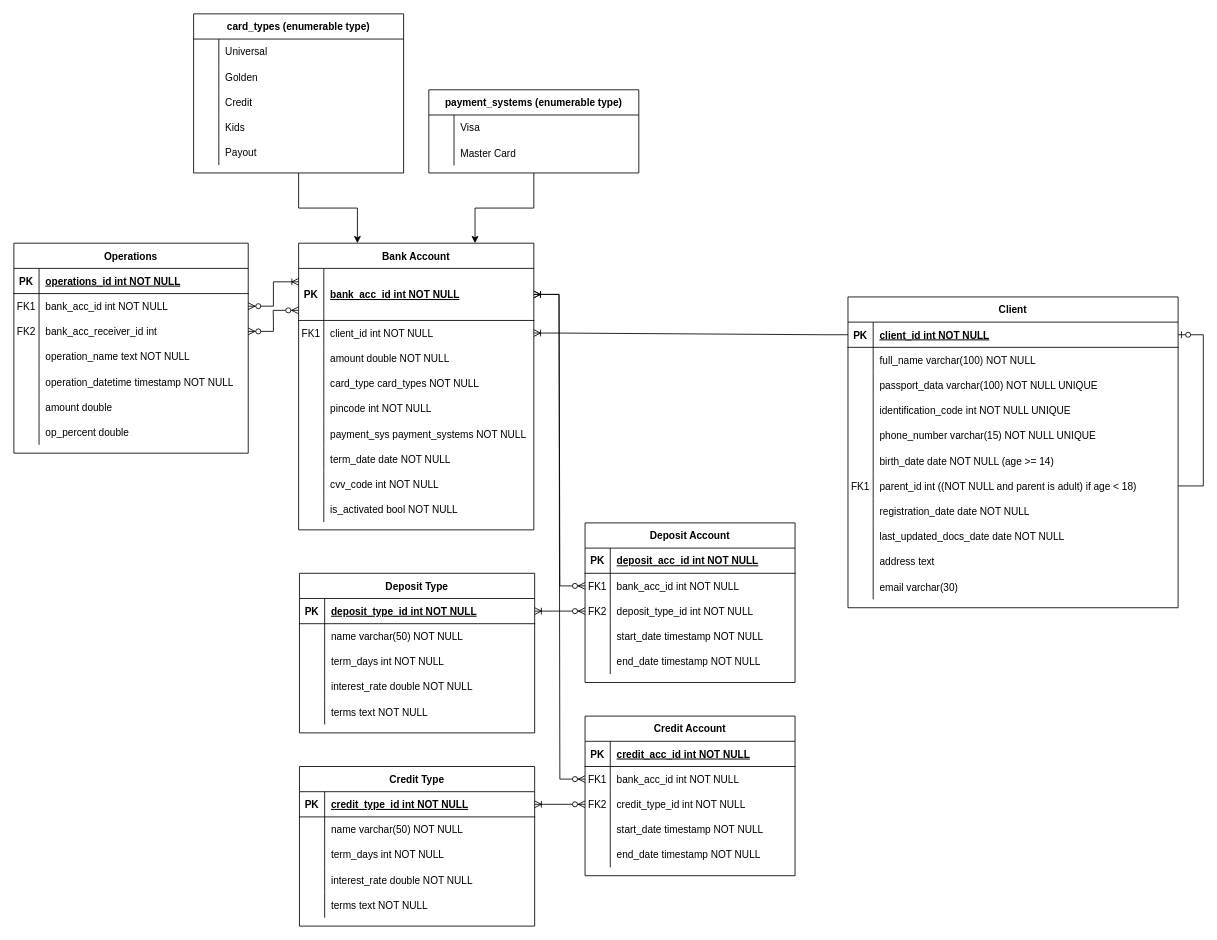
Earlier version of the draw.io diagram MyDB (6).drawio (kallDun/DrawIO). Source tidied: cells renumbered, new cells numbered last; positions are measured from the earlier drawing's top-left corner, leaving out a move shared by most shapes. Both pictures are drawn from the tidied source at 84%, with x=0, y=0 at pixel (13, 13).
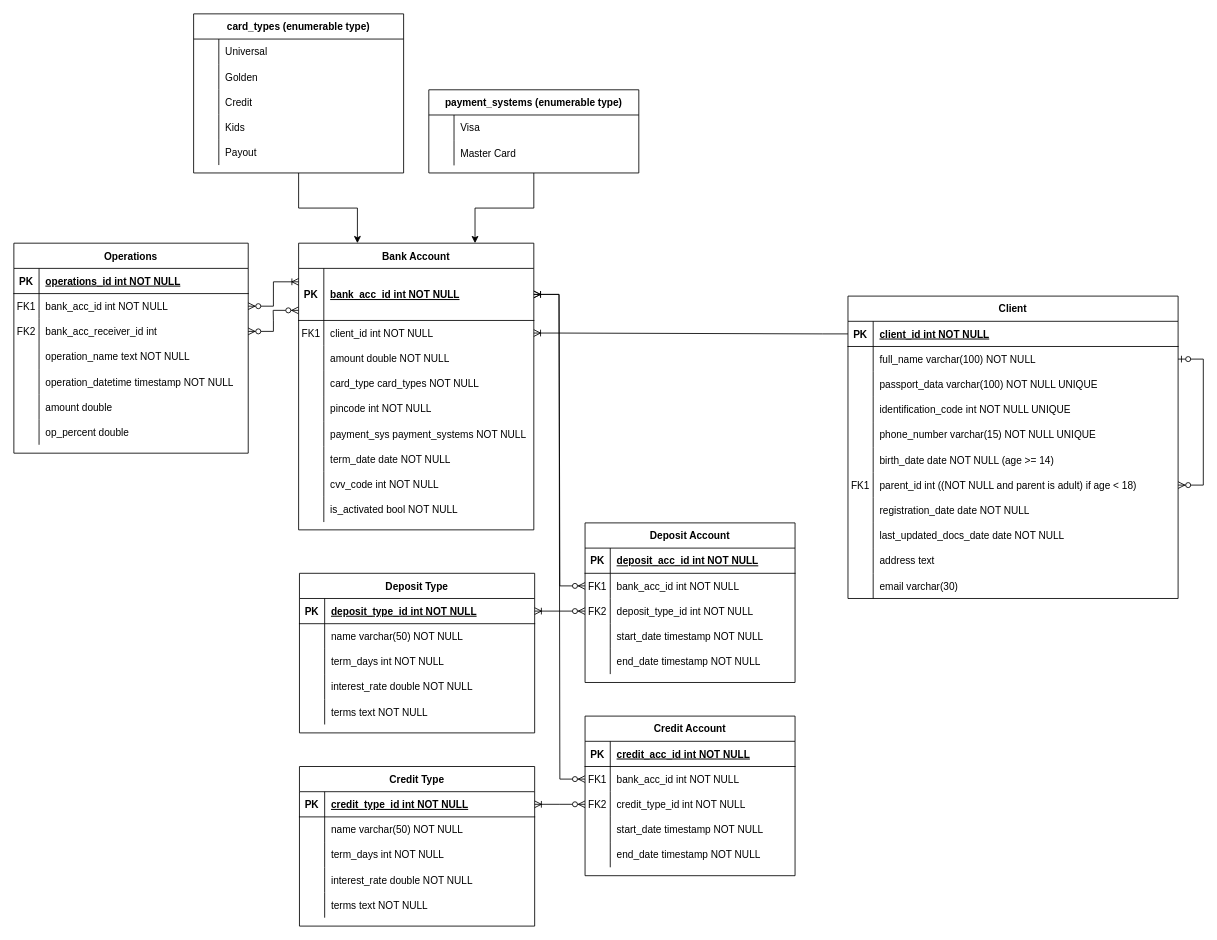
The same diagram, later.

Unchanged cells that the change refers to:
```xml
<mxCell id="3" style="shape=partialRectangle;fillColor=none;points=[[0,0.5],[1,0.5]];portConstraint=eastwest;top=0;left=0;right=0;bottom=1;" parent="2" vertex="1">
  <mxGeometry y="30" width="393" height="30" as="geometry" />
</mxCell>
<mxCell id="6" style="shape=partialRectangle;fillColor=none;points=[[0,0.5],[1,0.5]];portConstraint=eastwest;top=0;left=0;right=0;bottom=0;" parent="2" vertex="1">
  <mxGeometry y="60" width="393" height="30" as="geometry" />
</mxCell>
<mxCell id="21" style="shape=partialRectangle;fillColor=none;points=[[0,0.5],[1,0.5]];portConstraint=eastwest;top=0;left=0;right=0;bottom=0;" parent="2" vertex="1">
  <mxGeometry y="210" width="393" height="30" as="geometry" />
</mxCell>
```

Diff of the diagram source:
```diff
@@
     <mxCell id="2" value="Client" style="shape=table;startSize=30;childLayout=tableLayout;rowLines=0;fontStyle=1;align=center;" parent="1" vertex="1">
-      <mxGeometry x="993" y="337" width="393" height="370" as="geometry" />
+      <mxGeometry x="993" y="336" width="393" height="360" as="geometry" />
     </mxCell>
@@
-    <mxCell id="36" style="edgeStyle=entityRelationEdgeStyle;fontSize=12;html=1;endArrow=ERzeroToOne;endFill=1;rounded=0;entryX=1;entryY=0.5;entryDx=0;entryDy=0;" parent="2" edge="1" source="21" target="3">
-      <mxGeometry relative="1" as="geometry" />
-    </mxCell>
+    <mxCell id="183" style="edgeStyle=entityRelationEdgeStyle;fontSize=12;html=1;endArrow=ERzeroToMany;startArrow=ERzeroToOne;rounded=0;exitX=1;exitY=0.5;exitDx=0;exitDy=0;entryX=1;entryY=0.5;entryDx=0;entryDy=0;" parent="2" edge="1" source="6" target="21">
+      <mxGeometry relative="1" as="geometry" />
+    </mxCell>
```
